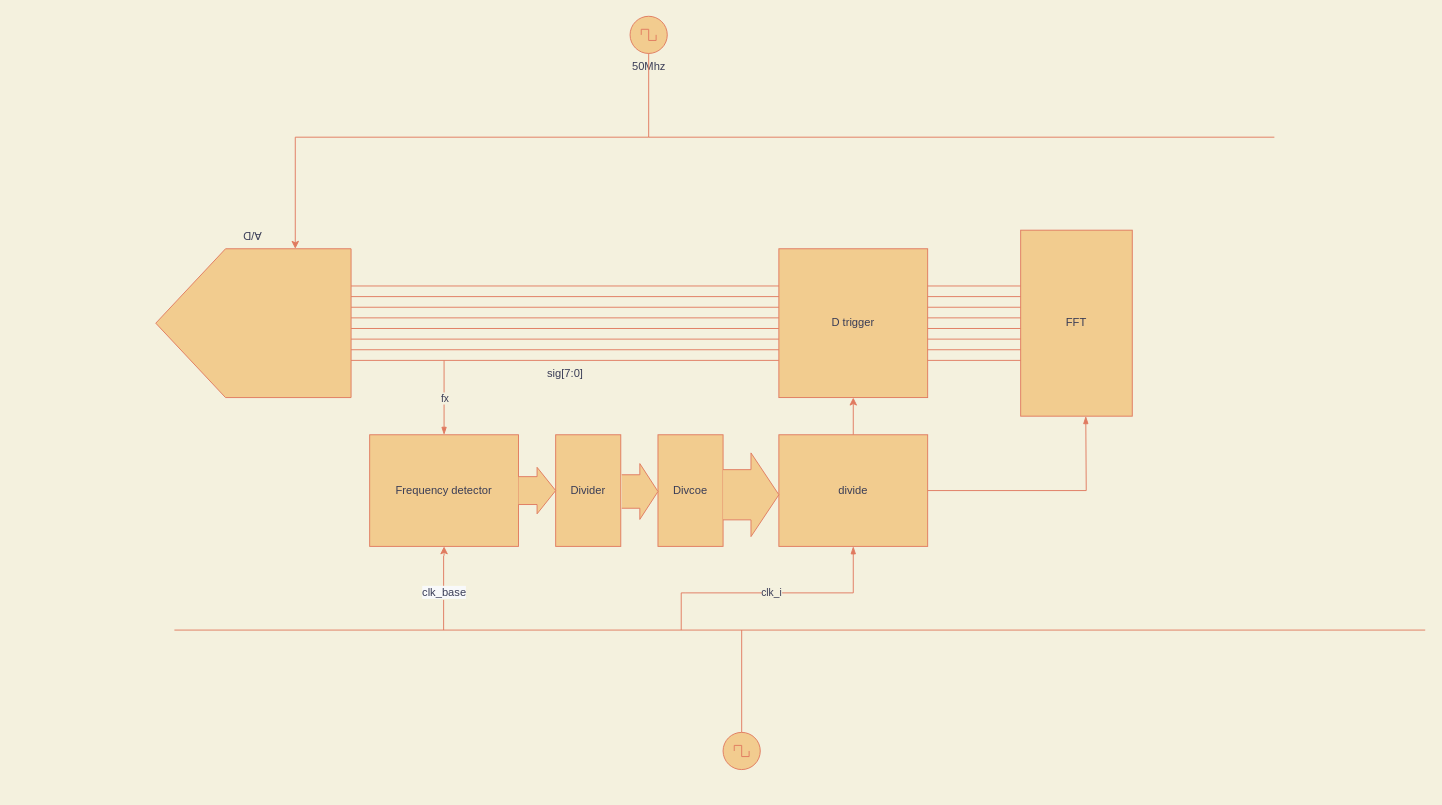
This is THD.drawio.xml from JayceVane/mydrawio, a draw.io file, before an edit. Source tidied: cells renumbered, new cells numbered last; positions are measured from the earlier drawing's top-left corner, leaving out a move shared by most shapes. Both pictures are drawn from the tidied source at 93%, with x=0, y=0 at pixel (155, 16).
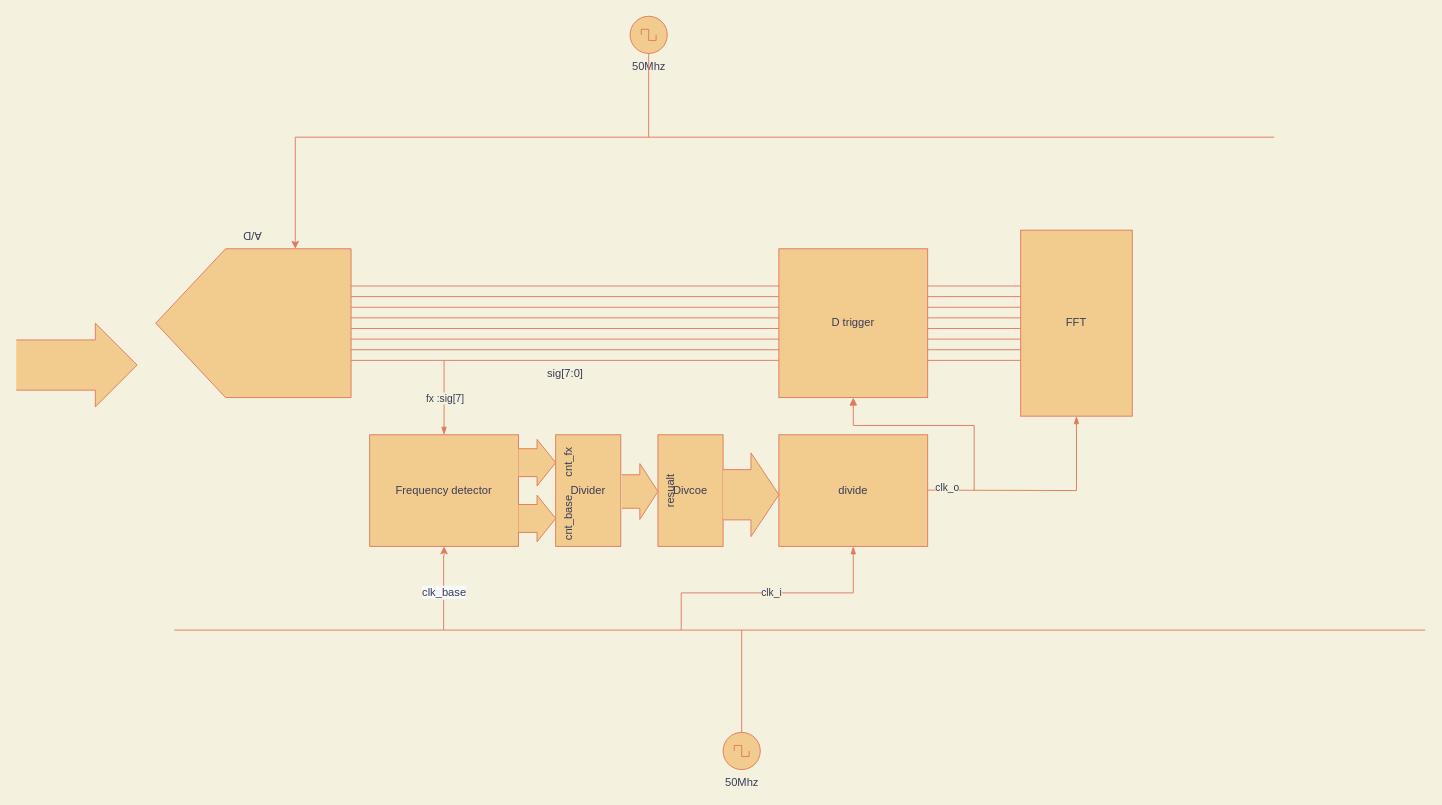
After the change.

Unchanged cells that the change refers to:
```xml
<mxCell id="2" value="FFT" style="rounded=0;whiteSpace=wrap;html=1;fillColor=#F2CC8F;strokeColor=#E07A5F;fontColor=#393C56;" parent="1" vertex="1">
  <mxGeometry x="930" y="230" width="120" height="200" as="geometry" />
</mxCell>
<mxCell id="10" style="edgeStyle=orthogonalEdgeStyle;rounded=0;jettySize=auto;html=1;startArrow=blockThin;startFill=1;endArrow=none;endFill=0;strokeColor=#E07A5F;fontColor=#393C56;labelBackgroundColor=#F4F1DE;" parent="1" edge="1" source="24">
  <mxGeometry relative="1" as="geometry">
    <mxPoint x="310" y="370" as="targetPoint" />
  </mxGeometry>
</mxCell>
<mxCell id="19" value="divide" style="rounded=0;whiteSpace=wrap;html=1;fillColor=#F2CC8F;strokeColor=#E07A5F;fontColor=#393C56;" parent="1" vertex="1">
  <mxGeometry x="670" y="450" width="160" height="120" as="geometry" />
</mxCell>
<mxCell id="21" style="group;fontColor=#393C56;" parent="1" vertex="1">
  <mxGeometry x="230" y="450" width="270" height="130" as="geometry" />
</mxCell>
<mxCell id="29" value="D trigger" style="whiteSpace=wrap;html=1;rounded=0;sketch=0;fontColor=#393C56;strokeColor=#E07A5F;fillColor=#F2CC8F;" parent="1" vertex="1">
  <mxGeometry x="670" y="250" width="160" height="160" as="geometry" />
</mxCell>
```

Change to the diagram source:
```diff
@@
-    <mxCell id="11" value="fx" style="edgeLabel;html=1;align=center;verticalAlign=middle;fontColor=#393C56;labelBackgroundColor=#F4F1DE;" parent="10" vertex="1">
+    <mxCell id="11" value="fx :sig[7]" style="edgeLabel;html=1;align=center;verticalAlign=middle;fontColor=#393C56;labelBackgroundColor=#F4F1DE;" parent="10" vertex="1">
       <mxGeometry relative="1" as="geometry" />
     </mxCell>
@@
-    <mxCell id="13" style="verticalLabelPosition=bottom;shadow=0;dashed=0;align=center;html=1;verticalAlign=top;shape=mxgraph.electrical.signal_sources.source;points=[[0.5,0,0],[1,0.5,0],[0.5,1,0],[0,0.5,0]];elSignalType=square;fillColor=#F2CC8F;strokeColor=#E07A5F;fontColor=#393C56;" parent="1" vertex="1">
+    <mxCell id="13" value="50Mhz" style="verticalLabelPosition=bottom;shadow=0;dashed=0;align=center;html=1;verticalAlign=top;shape=mxgraph.electrical.signal_sources.source;points=[[0.5,0,0],[1,0.5,0],[0.5,1,0],[0,0.5,0]];elSignalType=square;fillColor=#F2CC8F;strokeColor=#E07A5F;fontColor=#393C56;" parent="1" vertex="1">
       <mxGeometry x="610" y="770" width="40" height="40" as="geometry" />
     </mxCell>
@@
-    <mxCell id="17" style="edgeStyle=orthogonalEdgeStyle;curved=0;rounded=1;sketch=0;jettySize=auto;html=1;entryX=0.5;entryY=1;entryDx=0;entryDy=0;fontColor=#393C56;strokeColor=#E07A5F;fillColor=#F2CC8F;labelBackgroundColor=#F4F1DE;" parent="1" edge="1" source="19" target="29">
-      <mxGeometry relative="1" as="geometry" />
-    </mxCell>
-    <mxCell id="18" style="edgeStyle=orthogonalEdgeStyle;rounded=0;sketch=0;jettySize=auto;html=1;fontColor=#393C56;startArrow=none;startFill=0;endArrow=blockThin;endFill=1;strokeColor=#E07A5F;fillColor=#F2CC8F;labelBackgroundColor=#F4F1DE;" parent="1" edge="1" source="19">
-      <mxGeometry relative="1" as="geometry">
-        <mxPoint x="1000" y="430" as="targetPoint" />
-      </mxGeometry>
-    </mxCell>
@@
     <mxCell id="23" style="group;fontColor=#393C56;" parent="21" vertex="1">
-      <mxGeometry width="200" height="130" as="geometry" />
+      <mxGeometry width="210" height="130" as="geometry" />
     </mxCell>
@@
+    <mxCell id="31" value="cnt_base" style="verticalLabelPosition=bottom;shadow=0;dashed=0;align=center;html=1;verticalAlign=top;shape=mxgraph.electrical.transmission.straightBus;rounded=0;sketch=0;fontColor=#393C56;strokeColor=#E07A5F;fillColor=#F2CC8F;rotation=-90;" parent="23" vertex="1">
+      <mxGeometry x="155" y="70" width="50" height="40" as="geometry" />
+    </mxCell>
-    <mxCell id="26" style="verticalLabelPosition=bottom;shadow=0;dashed=0;align=center;html=1;verticalAlign=top;shape=mxgraph.electrical.transmission.straightBus;rounded=0;sketch=0;fontColor=#393C56;strokeColor=#E07A5F;fillColor=#F2CC8F;rotation=-90;" parent="23" vertex="1">
-      <mxGeometry x="155" y="40" width="50" height="40" as="geometry" />
+    <mxCell id="26" value="cnt_fx" style="verticalLabelPosition=bottom;shadow=0;dashed=0;align=center;html=1;verticalAlign=top;shape=mxgraph.electrical.transmission.straightBus;rounded=0;sketch=0;fontColor=#393C56;strokeColor=#E07A5F;fillColor=#F2CC8F;rotation=-90;" parent="23" vertex="1">
+      <mxGeometry x="155" y="10" width="50" height="40" as="geometry" />
     </mxCell>
-    <mxCell id="27" style="verticalLabelPosition=bottom;shadow=0;dashed=0;align=center;html=1;verticalAlign=top;shape=mxgraph.electrical.transmission.straightBus;rounded=0;sketch=0;fontColor=#393C56;strokeColor=#E07A5F;fillColor=#F2CC8F;rotation=-90;" parent="1" vertex="1">
+    <mxCell id="27" value="resualt" style="verticalLabelPosition=bottom;shadow=0;dashed=0;align=center;html=1;verticalAlign=top;shape=mxgraph.electrical.transmission.straightBus;rounded=0;sketch=0;fontColor=#393C56;strokeColor=#E07A5F;fillColor=#F2CC8F;rotation=-90;" parent="1" vertex="1">
       <mxGeometry x="490.5" y="491.5" width="60" height="39" as="geometry" />
     </mxCell>
@@
+    <mxCell id="32" style="endArrow=none;html=1;strokeWidth=1;rounded=0;labelBackgroundColor=#F4F1DE;strokeColor=#E07A5F;fontColor=#393C56;" parent="1" edge="1">
+      <mxGeometry relative="1" as="geometry">
+        <mxPoint x="830" y="509.5" as="sourcePoint" />
+        <mxPoint x="990" y="510" as="targetPoint" />
+      </mxGeometry>
+    </mxCell>
+    <mxCell id="33" value="clk_o" style="edgeLabel;html=1;align=center;verticalAlign=middle;fontColor=#393C56;labelBackgroundColor=#F4F1DE;" parent="32" vertex="1">
+      <mxGeometry x="-0.75" y="3" relative="1" as="geometry" />
+    </mxCell>
+    <mxCell id="34" style="endArrow=blockThin;html=1;strokeWidth=1;rounded=0;entryX=0.5;entryY=1;entryDx=0;entryDy=0;endFill=1;labelBackgroundColor=#F4F1DE;strokeColor=#E07A5F;fontColor=#393C56;" parent="1" edge="1" target="2">
+      <mxGeometry relative="1" as="geometry">
+        <mxPoint x="990" y="510" as="sourcePoint" />
+      </mxGeometry>
+    </mxCell>
+    <mxCell id="35" style="endArrow=none;html=1;strokeWidth=1;rounded=0;labelBackgroundColor=#F4F1DE;strokeColor=#E07A5F;fontColor=#393C56;" parent="1" edge="1">
+      <mxGeometry relative="1" as="geometry">
+        <mxPoint x="880" y="440" as="sourcePoint" />
+        <mxPoint x="880" y="510" as="targetPoint" />
+      </mxGeometry>
+    </mxCell>
+    <mxCell id="36" style="endArrow=none;html=1;strokeWidth=1;rounded=0;labelBackgroundColor=#F4F1DE;strokeColor=#E07A5F;fontColor=#393C56;" parent="1" edge="1">
+      <mxGeometry relative="1" as="geometry">
+        <mxPoint x="750" y="440" as="sourcePoint" />
+        <mxPoint x="880" y="440" as="targetPoint" />
+      </mxGeometry>
+    </mxCell>
+    <mxCell id="37" style="endArrow=block;html=1;strokeWidth=1;rounded=0;endFill=1;fillColor=#F2CC8F;strokeColor=#E07A5F;labelBackgroundColor=#F4F1DE;fontColor=#393C56;" parent="1" edge="1">
+      <mxGeometry relative="1" as="geometry">
+        <mxPoint x="750" y="440" as="sourcePoint" />
+        <mxPoint x="750" y="410" as="targetPoint" />
+      </mxGeometry>
+    </mxCell>
+    <mxCell id="38" style="verticalLabelPosition=bottom;shadow=0;dashed=0;align=center;html=1;verticalAlign=top;shape=mxgraph.electrical.transmission.straightBus;rounded=0;sketch=0;fontColor=#393C56;strokeColor=#E07A5F;fillColor=#F2CC8F;rotation=-90;" parent="1" vertex="1">
+      <mxGeometry x="-130" y="310" width="90" height="130" as="geometry" />
+    </mxCell>
```
